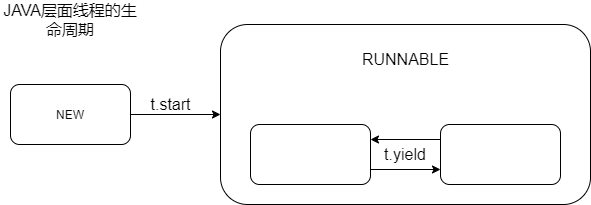
LePeitiPrince/note-picture keeps this draw.io diagram as 多线程与高并发/java_thread.png. Above is the earlier version. Source tidied: cells renumbered, new cells last; positions are measured from the earlier drawing's top-left corner, leaving out a move shared by most shapes.
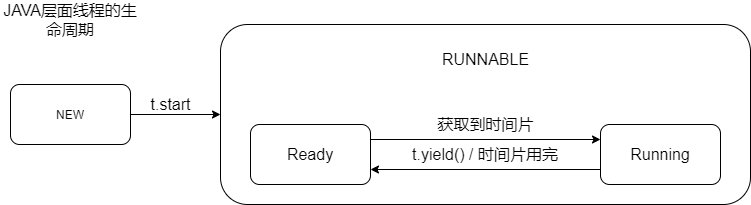
After the change.

Change to the diagram source:
```diff
@@ -17,25 +17,28 @@
       <mxGeometry x="140" y="90" width="60" height="20" as="geometry" />
     </mxCell>
     <mxCell id="6" style="rounded=1;whiteSpace=wrap;html=1;fontSize=16;" parent="1" vertex="1">
-      <mxGeometry x="220" y="20" width="370" height="180" as="geometry" />
+      <mxGeometry x="220" y="20" width="530" height="180" as="geometry" />
     </mxCell>
-    <mxCell id="7" style="edgeStyle=orthogonalEdgeStyle;rounded=0;jettySize=auto;html=1;exitX=1;exitY=0.75;exitDx=0;exitDy=0;entryX=0;entryY=0.75;entryDx=0;entryDy=0;fontSize=16;" parent="1" edge="1" source="8" target="10">
+    <mxCell id="7" style="edgeStyle=orthogonalEdgeStyle;rounded=0;jettySize=auto;html=1;exitX=1;exitY=0.25;exitDx=0;exitDy=0;entryX=0;entryY=0.25;entryDx=0;entryDy=0;fontSize=16;" parent="1" edge="1" source="8" target="10">
       <mxGeometry relative="1" as="geometry" />
     </mxCell>
-    <mxCell id="8" style="rounded=1;whiteSpace=wrap;html=1;fontSize=16;" parent="1" vertex="1">
+    <mxCell id="8" value="Ready" style="rounded=1;whiteSpace=wrap;html=1;fontSize=16;" parent="1" vertex="1">
       <mxGeometry x="250" y="120" width="120" height="60" as="geometry" />
     </mxCell>
-    <mxCell id="9" style="edgeStyle=orthogonalEdgeStyle;rounded=0;jettySize=auto;html=1;exitX=0;exitY=0.25;exitDx=0;exitDy=0;entryX=1;entryY=0.25;entryDx=0;entryDy=0;fontSize=16;" parent="1" edge="1" source="10" target="8">
+    <mxCell id="9" style="edgeStyle=orthogonalEdgeStyle;rounded=0;jettySize=auto;html=1;exitX=0;exitY=0.75;exitDx=0;exitDy=0;entryX=1;entryY=0.75;entryDx=0;entryDy=0;fontSize=16;" parent="1" edge="1" source="10" target="8">
       <mxGeometry relative="1" as="geometry" />
     </mxCell>
-    <mxCell id="10" style="rounded=1;whiteSpace=wrap;html=1;fontSize=16;" parent="1" vertex="1">
-      <mxGeometry x="440" y="120" width="120" height="60" as="geometry" />
+    <mxCell id="10" value="Running" style="rounded=1;whiteSpace=wrap;html=1;fontSize=16;" parent="1" vertex="1">
+      <mxGeometry x="600" y="120" width="120" height="60" as="geometry" />
     </mxCell>
     <mxCell id="11" value="RUNNABLE" style="text;html=1;strokeColor=none;fillColor=none;align=center;verticalAlign=middle;whiteSpace=wrap;rounded=0;fontSize=16;" parent="1" vertex="1">
-      <mxGeometry x="357.5" y="40" width="95" height="30" as="geometry" />
+      <mxGeometry x="437.5" y="40" width="95" height="30" as="geometry" />
     </mxCell>
-    <mxCell id="12" value="t.yield" style="text;html=1;strokeColor=none;fillColor=none;align=center;verticalAlign=middle;whiteSpace=wrap;rounded=0;fontSize=16;" parent="1" vertex="1">
-      <mxGeometry x="375" y="135" width="60" height="30" as="geometry" />
+    <mxCell id="12" value="t.yield() / 时间片用完" style="text;html=1;strokeColor=none;fillColor=none;align=center;verticalAlign=middle;whiteSpace=wrap;rounded=0;fontSize=16;" parent="1" vertex="1">
+      <mxGeometry x="410" y="135" width="150" height="30" as="geometry" />
     </mxCell>
+    <mxCell id="13" value="获取到时间片" style="text;html=1;strokeColor=none;fillColor=none;align=center;verticalAlign=middle;whiteSpace=wrap;rounded=0;fontSize=16;" parent="1" vertex="1">
+      <mxGeometry x="432.5" y="105" width="105" height="30" as="geometry" />
+    </mxCell>
   </root>
 </mxGraphModel>
```
